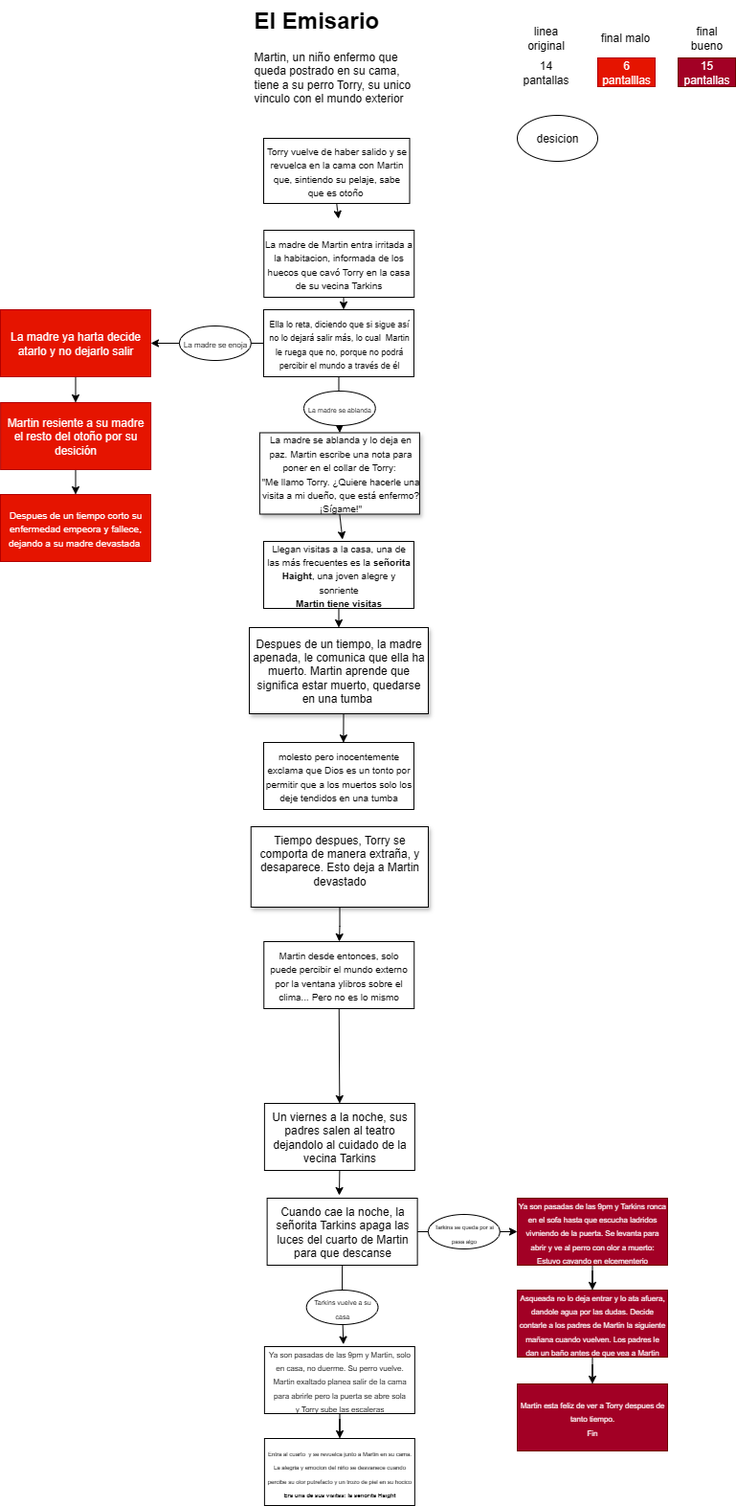
Before: Diagrama E Emisario.drawio.png, a diagram exported from draw.io (ro276/pmiw). Source tidied: cells renumbered, new cells last; positions are measured from the earlier drawing's top-left corner, leaving out a move shared by most shapes.
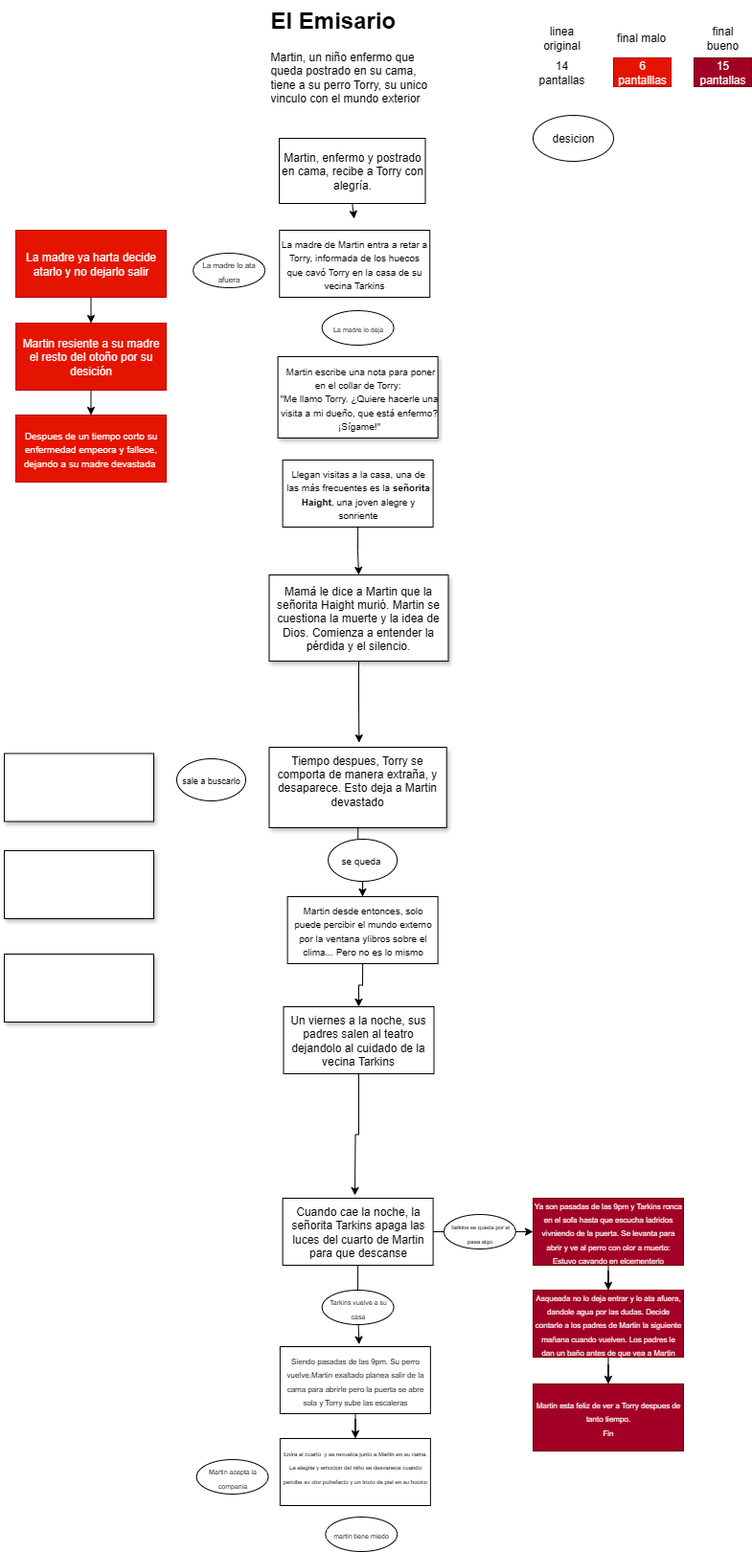
The same diagram one commit later.

The edit, as a diff of the source:
```diff
@@ -7,78 +7,47 @@
         <mxPoint x="353.3" y="228" as="targetPoint" />
       </mxGeometry>
     </mxCell>
-    <mxCell id="3" value="&lt;span style=&quot;font-size: x-small;&quot;&gt;Torry vuelve de haber salido y se revuelca en la cama con Martin que, sintiendo su pelaje, sabe que es otoño&amp;nbsp;&lt;/span&gt;" style="rounded=0;whiteSpace=wrap;html=1;" parent="1" vertex="1">
+    <mxCell id="3" value="&lt;p class=&quot;pf0&quot;&gt;&lt;span class=&quot;cf0&quot;&gt;Martin, enfermo y postrado en cama, recibe a Torry con alegría.&lt;/span&gt;&lt;/p&gt;" style="rounded=0;whiteSpace=wrap;html=1;" parent="1" vertex="1">
       <mxGeometry x="275" y="144" width="152.5" height="68" as="geometry" />
     </mxCell>
-    <mxCell id="4" style="edgeStyle=orthogonalEdgeStyle;rounded=0;jettySize=auto;html=1;entryX=0.532;entryY=-0.002;entryDx=0;entryDy=0;entryPerimeter=0;" parent="1" edge="1" source="5" target="11">
-      <mxGeometry relative="1" as="geometry">
-        <Array as="points">
-          <mxPoint x="360" y="303" />
-          <mxPoint x="360" y="303" />
-        </Array>
-      </mxGeometry>
-    </mxCell>
-    <mxCell id="5" value="&lt;span style=&quot;font-size: x-small;&quot;&gt;La madre de Martin entra irritada a la habitacion, informada de los huecos que cavó Torry en la casa de su vecina Tarkins&lt;/span&gt;" style="rounded=0;whiteSpace=wrap;html=1;" parent="1" vertex="1">
+    <mxCell id="5" value="&lt;span style=&quot;font-size: x-small;&quot;&gt;La madre de Martin entra a retar a Torry, informada de los huecos que cavó Torry en la casa de su vecina Tarkins&lt;/span&gt;" style="rounded=0;whiteSpace=wrap;html=1;" parent="1" vertex="1">
       <mxGeometry x="275.2" y="240" width="157" height="70" as="geometry" />
     </mxCell>
-    <mxCell id="6" style="rounded=0;whiteSpace=wrap;html=1;" parent="1" vertex="1">
-      <mxGeometry x="275" y="323" width="157" height="70" as="geometry" />
-    </mxCell>
-    <mxCell id="7" style="edgeStyle=orthogonalEdgeStyle;rounded=0;jettySize=auto;html=1;exitX=0.5;exitY=1;exitDx=0;exitDy=0;" parent="1" edge="1" source="8">
-      <mxGeometry relative="1" as="geometry">
-        <mxPoint x="357.4" y="563" as="targetPoint" />
-      </mxGeometry>
-    </mxCell>
-    <mxCell id="8" value="&lt;div style=&quot;text-align: center;&quot;&gt;&lt;font style=&quot;background-color: transparent; color: light-dark(rgb(0, 0, 0), rgb(255, 255, 255)); font-size: 10px;&quot;&gt;La madre se ablanda y lo deja en paz.&amp;nbsp;&lt;/font&gt;&lt;span style=&quot;background-color: transparent; color: light-dark(rgb(0, 0, 0), rgb(255, 255, 255)); font-size: 10px;&quot;&gt;Martin escribe una nota para poner en el collar de Torry:&amp;nbsp;&lt;/span&gt;&lt;/div&gt;&lt;div style=&quot;text-align: center;&quot;&gt;&lt;span style=&quot;font-size: 10px; background-color: transparent; color: light-dark(rgb(0, 0, 0), rgb(255, 255, 255)); text-align: left;&quot;&gt;&quot;&lt;/span&gt;&lt;span style=&quot;font-size: 10px; background-color: transparent; color: light-dark(rgb(0, 0, 0), rgb(255, 255, 255)); text-align: left;&quot;&gt;Me llamo Torry. ¿Quiere hacerle una visita a mi dueño, que está enfermo? ¡Sígame!&quot;&lt;/span&gt;&lt;/div&gt;" style="rounded=0;whiteSpace=wrap;html=1;glass=0;shadow=1;align=left;" parent="1" vertex="1">
-      <mxGeometry x="270.9" y="451.5" width="167" height="85" as="geometry" />
+    <mxCell id="8" value="&lt;div style=&quot;text-align: center;&quot;&gt;&lt;font style=&quot;background-color: transparent; color: light-dark(rgb(0, 0, 0), rgb(255, 255, 255)); font-size: 10px;&quot;&gt;&amp;nbsp;&lt;/font&gt;&lt;span style=&quot;background-color: transparent; color: light-dark(rgb(0, 0, 0), rgb(255, 255, 255)); font-size: 10px;&quot;&gt;Martin escribe una nota para poner en el collar de Torry:&amp;nbsp;&lt;/span&gt;&lt;/div&gt;&lt;div style=&quot;text-align: center;&quot;&gt;&lt;span style=&quot;font-size: 10px; background-color: transparent; color: light-dark(rgb(0, 0, 0), rgb(255, 255, 255)); text-align: left;&quot;&gt;&quot;&lt;/span&gt;&lt;span style=&quot;font-size: 10px; background-color: transparent; color: light-dark(rgb(0, 0, 0), rgb(255, 255, 255)); text-align: left;&quot;&gt;Me llamo Torry. ¿Quiere hacerle una visita a mi dueño, que está enfermo? ¡Sígame!&quot;&lt;/span&gt;&lt;/div&gt;" style="rounded=0;whiteSpace=wrap;html=1;glass=0;shadow=1;align=left;" parent="1" vertex="1">
+      <mxGeometry x="273.6" y="372" width="167" height="85" as="geometry" />
     </mxCell>
-    <mxCell id="9" style="edgeStyle=orthogonalEdgeStyle;rounded=0;jettySize=auto;html=1;" parent="1" edge="1" source="11" target="8">
-      <mxGeometry relative="1" as="geometry" />
-    </mxCell>
-    <mxCell id="10" style="edgeStyle=orthogonalEdgeStyle;rounded=0;jettySize=auto;html=1;entryX=1;entryY=0.5;entryDx=0;entryDy=0;" parent="1" edge="1" source="11" target="14">
-      <mxGeometry relative="1" as="geometry" />
-    </mxCell>
-    <mxCell id="11" style="rounded=0;whiteSpace=wrap;html=1;" parent="1" vertex="1">
-      <mxGeometry x="275" y="323" width="157" height="70" as="geometry" />
-    </mxCell>
-    <mxCell id="12" value="&lt;font style=&quot;font-size: 9px;&quot;&gt;Ella lo reta, diciendo que si sigue así no lo dejará salir más, lo cual&amp;nbsp; Martin le ruega que no, porque no podrá percibir el mundo a través de él&lt;/font&gt;" style="text;html=1;align=center;verticalAlign=middle;whiteSpace=wrap;rounded=0;" parent="1" vertex="1">
-      <mxGeometry x="278.6" y="344.5" width="149.8" height="27" as="geometry" />
-    </mxCell>
     <mxCell id="13" style="edgeStyle=orthogonalEdgeStyle;rounded=0;jettySize=auto;html=1;" parent="1" edge="1" source="14" target="16">
       <mxGeometry relative="1" as="geometry" />
     </mxCell>
     <mxCell id="14" value="La madre ya harta decide atarlo y no dejarlo salir" style="rounded=0;whiteSpace=wrap;html=1;fillColor=#e51400;fontColor=#ffffff;strokeColor=#B20000;" parent="1" vertex="1">
-      <mxGeometry y="323" width="157" height="70" as="geometry" />
+      <mxGeometry y="240" width="157" height="70" as="geometry" />
     </mxCell>
     <mxCell id="15" style="edgeStyle=orthogonalEdgeStyle;rounded=0;jettySize=auto;html=1;" parent="1" edge="1" source="16" target="29">
       <mxGeometry relative="1" as="geometry" />
     </mxCell>
     <mxCell id="16" value="Martin resiente a su madre el resto del otoño por su desición" style="rounded=0;whiteSpace=wrap;html=1;fillColor=#e51400;fontColor=#ffffff;strokeColor=#B20000;" parent="1" vertex="1">
-      <mxGeometry x="0.1" y="420" width="157" height="70" as="geometry" />
+      <mxGeometry x="0.1" y="337" width="157" height="70" as="geometry" />
     </mxCell>
     <mxCell id="17" style="edgeStyle=orthogonalEdgeStyle;rounded=0;jettySize=auto;html=1;exitX=0.5;exitY=1;exitDx=0;exitDy=0;entryX=0.5;entryY=0;entryDx=0;entryDy=0;" parent="1" edge="1" source="18" target="19">
       <mxGeometry relative="1" as="geometry" />
     </mxCell>
-    <mxCell id="18" value="&lt;font style=&quot;font-size: 10px;&quot;&gt;Llegan visitas a la casa, una de las más frecuentes es la &lt;b&gt;señorita Haight&lt;/b&gt;, una joven alegre y sonriente&lt;/font&gt;&lt;div&gt;&lt;font style=&quot;font-size: 10px;&quot;&gt;&lt;b&gt;Martin tiene visitas&lt;/b&gt;&lt;/font&gt;&lt;/div&gt;" style="rounded=0;whiteSpace=wrap;html=1;" parent="1" vertex="1">
-      <mxGeometry x="275" y="565" width="157" height="70" as="geometry" />
+    <mxCell id="18" value="&lt;font style=&quot;font-size: 10px;&quot;&gt;Llegan visitas a la casa, una de las más frecuentes es la &lt;b&gt;señorita Haight&lt;/b&gt;, una joven alegre y sonriente&lt;/font&gt;" style="rounded=0;whiteSpace=wrap;html=1;" parent="1" vertex="1">
+      <mxGeometry x="278.6" y="480" width="157" height="70" as="geometry" />
     </mxCell>
-    <mxCell id="19" value="Despues de un tiempo, la madre apenada, le comunica que ella ha muerto. Martin&lt;span style=&quot;background-color: transparent; color: light-dark(rgb(0, 0, 0), rgb(255, 255, 255));&quot;&gt;&amp;nbsp;aprende que significa estar muerto, quedarse en una tumba&amp;nbsp;&lt;/span&gt;" style="rounded=0;whiteSpace=wrap;html=1;shadow=1;" parent="1" vertex="1">
-      <mxGeometry x="260" y="655" width="187" height="90" as="geometry" />
+    <mxCell id="19" value="&lt;p class=&quot;pf0&quot;&gt;&lt;span class=&quot;cf0&quot;&gt;Mamá le dice a Martin que la señorita &lt;/span&gt;&lt;span class=&quot;cf0&quot;&gt;Haight&lt;/span&gt;&lt;span class=&quot;cf0&quot;&gt; murió.&lt;/span&gt;&lt;span style=&quot;background-color: transparent; color: light-dark(rgb(0, 0, 0), rgb(255, 255, 255));&quot; class=&quot;cf0&quot;&gt;&amp;nbsp;Martin se cuestiona la muerte y la idea de Dios.&lt;/span&gt;&lt;span style=&quot;background-color: transparent; color: light-dark(rgb(0, 0, 0), rgb(255, 255, 255));&quot;&gt;&amp;nbsp;Comienza a entender la pérdida y el silencio.&lt;/span&gt;&lt;/p&gt;" style="rounded=0;whiteSpace=wrap;html=1;shadow=1;" parent="1" vertex="1">
+      <mxGeometry x="264.5" y="600" width="187" height="90" as="geometry" />
     </mxCell>
-    <mxCell id="20" style="edgeStyle=orthogonalEdgeStyle;rounded=0;jettySize=auto;html=1;" parent="1" edge="1" source="21" target="24">
+    <mxCell id="20" style="edgeStyle=orthogonalEdgeStyle;rounded=0;jettySize=auto;html=1;" parent="1" edge="1" source="55" target="24">
       <mxGeometry relative="1" as="geometry" />
     </mxCell>
     <mxCell id="21" value="Tiempo despues, Torry se comporta de manera extraña, y desaparece. Esto deja a Martin devastado&lt;div&gt;&lt;br&gt;&lt;/div&gt;" style="rounded=0;whiteSpace=wrap;html=1;shadow=1;" parent="1" vertex="1">
-      <mxGeometry x="261.8" y="863" width="185.2" height="84" as="geometry" />
+      <mxGeometry x="264.5" y="780" width="185.2" height="84" as="geometry" />
     </mxCell>
-    <mxCell id="22" value="&lt;font style=&quot;font-size: 10px;&quot;&gt;molesto pero inocentemente exclama que Dios es un tonto por permitir que a los muertos solo los deje tendidos en una tumba&lt;/font&gt;" style="rounded=0;whiteSpace=wrap;html=1;" parent="1" vertex="1">
-      <mxGeometry x="275" y="775" width="157" height="70" as="geometry" />
-    </mxCell>
     <mxCell id="23" style="edgeStyle=orthogonalEdgeStyle;rounded=0;jettySize=auto;html=1;exitX=0.5;exitY=1;exitDx=0;exitDy=0;entryX=0.5;entryY=0;entryDx=0;entryDy=0;" parent="1" edge="1" source="24" target="26">
       <mxGeometry relative="1" as="geometry" />
     </mxCell>
     <mxCell id="24" value="&lt;font style=&quot;font-size: 10px;&quot;&gt;Martin desde entonces, solo puede percibir el mundo externo por la ventana ylibros sobre el clima... Pero no es lo mismo&lt;/font&gt;" style="rounded=0;whiteSpace=wrap;html=1;" parent="1" vertex="1">
-      <mxGeometry x="275.2" y="983" width="157" height="70" as="geometry" />
+      <mxGeometry x="283.6" y="936" width="157" height="70" as="geometry" />
     </mxCell>
     <mxCell id="25" style="edgeStyle=orthogonalEdgeStyle;rounded=0;jettySize=auto;html=1;exitX=0.5;exitY=1;exitDx=0;exitDy=0;" parent="1" edge="1" source="26">
       <mxGeometry relative="1" as="geometry">
@@ -86,16 +55,18 @@
       </mxGeometry>
     </mxCell>
     <mxCell id="26" value="Un viernes a la noche, sus padres salen al teatro dejandolo al cuidado de la vecina Tarkins" style="rounded=0;whiteSpace=wrap;html=1;" parent="1" vertex="1">
-      <mxGeometry x="275.9" y="1152" width="157" height="70" as="geometry" />
+      <mxGeometry x="279.5" y="1051" width="157" height="70" as="geometry" />
     </mxCell>
     <mxCell id="27" value="&lt;h1 style=&quot;margin-top: 0px;&quot;&gt;El Emisario&lt;/h1&gt;&lt;p&gt;Martin, un niño enfermo que queda postrado en su cama, tiene a su perro Torry, su unico vinculo con el mundo exterior&lt;/p&gt;" style="text;html=1;whiteSpace=wrap;overflow=hidden;rounded=0;" parent="1" vertex="1">
       <mxGeometry x="263.5" width="180" height="120" as="geometry" />
     </mxCell>
-    <mxCell id="28" style="edgeStyle=orthogonalEdgeStyle;rounded=0;jettySize=auto;html=1;exitX=0.5;exitY=1;exitDx=0;exitDy=0;entryX=0.531;entryY=0.003;entryDx=0;entryDy=0;entryPerimeter=0;" parent="1" edge="1" source="19" target="22">
-      <mxGeometry relative="1" as="geometry" />
+    <mxCell id="28" style="edgeStyle=orthogonalEdgeStyle;rounded=0;jettySize=auto;html=1;exitX=0.5;exitY=1;exitDx=0;exitDy=0;entryX=0.531;entryY=0.003;entryDx=0;entryDy=0;entryPerimeter=0;" parent="1" edge="1" source="19">
+      <mxGeometry relative="1" as="geometry">
+        <mxPoint x="358.4" y="775.2" as="targetPoint" />
+      </mxGeometry>
     </mxCell>
     <mxCell id="29" value="&lt;font style=&quot;font-size: 10px; color: rgb(255, 255, 255);&quot;&gt;Despues de un tiempo corto su enfermedad empeora y fallece, dejando a su madre devastada&amp;nbsp;&lt;/font&gt;" style="rounded=0;whiteSpace=wrap;html=1;fillColor=#e51400;strokeColor=#B20000;fontColor=#ffffff;" parent="1" vertex="1">
-      <mxGeometry y="516" width="157" height="70" as="geometry" />
+      <mxGeometry y="433" width="157" height="70" as="geometry" />
     </mxCell>
     <mxCell id="30" style="edgeStyle=orthogonalEdgeStyle;rounded=0;jettySize=auto;html=1;exitX=1;exitY=0.5;exitDx=0;exitDy=0;entryX=0;entryY=0.5;entryDx=0;entryDy=0;" parent="1" edge="1" source="31" target="35">
       <mxGeometry relative="1" as="geometry" />
@@ -106,7 +77,7 @@
     <mxCell id="32" style="edgeStyle=orthogonalEdgeStyle;rounded=0;jettySize=auto;html=1;" parent="1" edge="1" source="33" target="36">
       <mxGeometry relative="1" as="geometry" />
     </mxCell>
-    <mxCell id="33" value="&lt;span style=&quot;font-size: 8px;&quot;&gt;Ya son pasadas de las 9pm y Martin, solo en casa, no duerme. Su perro vuelve.&lt;/span&gt;&lt;div&gt;&lt;span style=&quot;font-size: 8px;&quot;&gt;Martin exaltado planea salir de la cama para abrirle pero la puerta se abre sola y&amp;nbsp;&lt;/span&gt;&lt;span style=&quot;font-size: 8px; background-color: transparent; color: light-dark(rgb(0, 0, 0), rgb(255, 255, 255));&quot;&gt;Torry sube las escaleras&lt;/span&gt;&lt;/div&gt;" style="rounded=0;whiteSpace=wrap;html=1;" parent="1" vertex="1">
+    <mxCell id="33" value="&lt;span style=&quot;font-size: 8px;&quot;&gt;Siendo pasadas de las 9pm. Su perro vuelve.&lt;/span&gt;&lt;span style=&quot;background-color: transparent; color: light-dark(rgb(0, 0, 0), rgb(255, 255, 255)); font-size: 8px;&quot;&gt;Martin exaltado planea salir de la cama para abrirle pero la puerta se abre sola y&amp;nbsp;&lt;/span&gt;&lt;span style=&quot;background-color: transparent; color: light-dark(rgb(0, 0, 0), rgb(255, 255, 255)); font-size: 8px;&quot;&gt;Torry sube las escaleras&lt;/span&gt;" style="rounded=0;whiteSpace=wrap;html=1;" parent="1" vertex="1">
       <mxGeometry x="275.9" y="1406" width="157" height="70" as="geometry" />
     </mxCell>
     <mxCell id="34" style="edgeStyle=orthogonalEdgeStyle;rounded=0;jettySize=auto;html=1;" parent="1" edge="1" source="35" target="41">
@@ -115,7 +86,7 @@
     <mxCell id="35" value="&lt;span style=&quot;font-size: 8px;&quot;&gt;Ya son pasadas de las 9pm y Tarkins ronca en el sofa hasta que escucha ladridos vivniendo de la puerta. Se levanta para abrir y ve al perro con olor a muerto: Estuvo cavando en elcementerio&lt;/span&gt;" style="rounded=0;whiteSpace=wrap;html=1;fillColor=#a20025;strokeColor=#6F0000;fontColor=#ffffff;" parent="1" vertex="1">
       <mxGeometry x="540" y="1251" width="157" height="70" as="geometry" />
     </mxCell>
-    <mxCell id="36" value="&lt;font style=&quot;font-size: 6px;&quot;&gt;Entra al cuarto&amp;nbsp; y se revuelca junto a Martin en su cama. La alegria y emocion del niño se desvanece cuando percibe su olor putrefacto y un trozo de piel en su hocico&lt;/font&gt;&lt;div&gt;&lt;b style=&quot;&quot;&gt;&lt;font style=&quot;font-size: 6px;&quot;&gt;Era una de sus visitas: la señorita Haight&lt;/font&gt;&lt;/b&gt;&lt;/div&gt;" style="rounded=0;whiteSpace=wrap;html=1;" parent="1" vertex="1">
+    <mxCell id="36" value="&lt;font style=&quot;font-size: 6px;&quot;&gt;Entra al cuarto&amp;nbsp; y se revuelca junto a Martin en su cama. La alegria y emocion del niño se desvanece cuando percibe su olor putrefacto y un trozo de piel en su hocico&lt;/font&gt;&lt;div&gt;&lt;br&gt;&lt;/div&gt;" style="rounded=0;whiteSpace=wrap;html=1;" parent="1" vertex="1">
       <mxGeometry x="275.9" y="1502" width="157" height="70" as="geometry" />
     </mxCell>
     <mxCell id="37" value="14 pantallas" style="text;html=1;align=center;verticalAlign=middle;whiteSpace=wrap;rounded=0;" parent="1" vertex="1">
@@ -145,11 +116,11 @@
     <mxCell id="45" value="final bueno" style="text;html=1;align=center;verticalAlign=middle;whiteSpace=wrap;rounded=0;" parent="1" vertex="1">
       <mxGeometry x="708" y="24" width="60" height="30" as="geometry" />
     </mxCell>
-    <mxCell id="46" value="&lt;font style=&quot;font-size: 7px;&quot;&gt;La madre se ablanda&lt;/font&gt;" style="ellipse;whiteSpace=wrap;html=1;" parent="1" vertex="1">
-      <mxGeometry x="317" y="408" width="74.7" height="36" as="geometry" />
+    <mxCell id="46" value="&lt;font style=&quot;font-size: 7px;&quot;&gt;La madre lo deja&lt;/font&gt;" style="ellipse;whiteSpace=wrap;html=1;" parent="1" vertex="1">
+      <mxGeometry x="319.8" y="324" width="74.7" height="36" as="geometry" />
     </mxCell>
-    <mxCell id="47" value="&lt;font style=&quot;font-size: 8px;&quot;&gt;La madre se enoja&lt;/font&gt;" style="ellipse;whiteSpace=wrap;html=1;" parent="1" vertex="1">
-      <mxGeometry x="187" y="340" width="74.7" height="36" as="geometry" />
+    <mxCell id="47" value="&lt;font style=&quot;font-size: 8px;&quot;&gt;La madre lo ata afuera&lt;/font&gt;" style="ellipse;whiteSpace=wrap;html=1;" parent="1" vertex="1">
+      <mxGeometry x="185.3" y="264" width="74.7" height="36" as="geometry" />
     </mxCell>
     <mxCell id="48" value="&lt;font style=&quot;font-size: 6px;&quot;&gt;Tarkins se queda por si pasa algo&lt;/font&gt;" style="ellipse;whiteSpace=wrap;html=1;" parent="1" vertex="1">
       <mxGeometry x="447" y="1268" width="74.7" height="36" as="geometry" />
@@ -168,5 +139,29 @@
     <mxCell id="52" value="desicion" style="ellipse;whiteSpace=wrap;html=1;" parent="1" vertex="1">
       <mxGeometry x="540" y="120" width="84" height="48" as="geometry" />
     </mxCell>
+    <mxCell id="53" value="&lt;font style=&quot;font-size: 9px;&quot;&gt;sale a buscarlo&lt;/font&gt;" style="ellipse;whiteSpace=wrap;html=1;" parent="1" vertex="1">
+      <mxGeometry x="168" y="792" width="72" height="44" as="geometry" />
+    </mxCell>
+    <mxCell id="54" style="edgeStyle=orthogonalEdgeStyle;rounded=0;jettySize=auto;html=1;" parent="1" edge="1" source="21" target="55">
+      <mxGeometry relative="1" as="geometry" />
+    </mxCell>
+    <mxCell id="55" value="&lt;font size=&quot;1&quot;&gt;se queda&amp;nbsp;&lt;/font&gt;" style="ellipse;whiteSpace=wrap;html=1;" parent="1" vertex="1">
+      <mxGeometry x="326.1" y="876" width="72" height="44" as="geometry" />
+    </mxCell>
+    <mxCell id="56" value="&lt;div&gt;&lt;br&gt;&lt;/div&gt;" style="rounded=0;whiteSpace=wrap;html=1;shadow=1;" parent="1" vertex="1">
+      <mxGeometry x="-12" y="888" width="156" height="71" as="geometry" />
+    </mxCell>
+    <mxCell id="57" value="&lt;div&gt;&lt;br&gt;&lt;/div&gt;" style="rounded=0;whiteSpace=wrap;html=1;shadow=1;" parent="1" vertex="1">
+      <mxGeometry x="-12" y="786.5" width="156" height="71" as="geometry" />
+    </mxCell>
+    <mxCell id="58" value="&lt;div&gt;&lt;br&gt;&lt;/div&gt;" style="rounded=0;whiteSpace=wrap;html=1;shadow=1;" parent="1" vertex="1">
+      <mxGeometry x="-12" y="996" width="156" height="71" as="geometry" />
+    </mxCell>
+    <mxCell id="59" value="&lt;span style=&quot;font-size: 7px;&quot;&gt;Martin acepta la compania&lt;/span&gt;" style="ellipse;whiteSpace=wrap;html=1;" parent="1" vertex="1">
+      <mxGeometry x="188.8" y="1524" width="74.7" height="36" as="geometry" />
+    </mxCell>
+    <mxCell id="60" value="&lt;span style=&quot;font-size: 7px;&quot;&gt;martin tiene miedo&lt;/span&gt;" style="ellipse;whiteSpace=wrap;html=1;" parent="1" vertex="1">
+      <mxGeometry x="323.4" y="1584" width="74.7" height="36" as="geometry" />
+    </mxCell>
   </root>
 </mxGraphModel>
```
